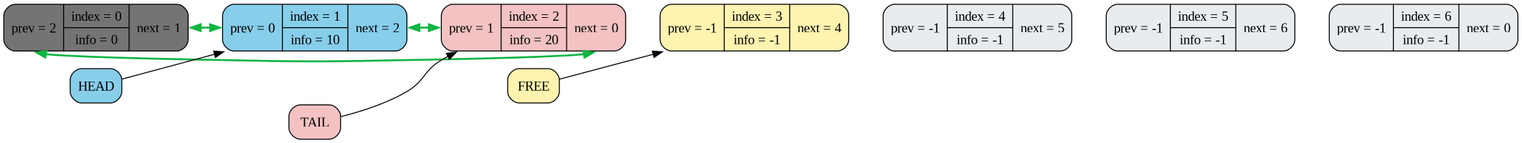
NikolayNetreba/Task5 keeps this Graphviz diagram as dumps/graph_2.png. Above is the earlier version. Its source is kept beside it as dumps/graph_2.dot. The source it was exported from:
```dot
digraph g{
rankdir=LR;
node [shape=Mrecord; style=filled;];
node0 [label = "{<prev> prev = 2 | { index = 0 | info = 0 } | <next> next = 1}"; fillcolor="#757373"; fontcolor="black"; color="black"; penwidth=1.0];
node1 [label = "{<prev> prev = 0 | { index = 1 | info = 10 } | <next> next = 2}"; fillcolor="#87CEEB"; fontcolor="black"; color="black"; penwidth=1.0];
node2 [label = "{<prev> prev = 1 | { index = 2 | info = 20 } | <next> next = 0}"; fillcolor="#F4C2C2"; fontcolor="black"; color="black"; penwidth=1.0];
node3 [label = "{<prev> prev = -1 | { index = 3 | info = -1 } | <next> next = 4}"; fillcolor="#FFF3B0"; fontcolor="black"; color="black"; penwidth=1.0];
node4 [label = "{<prev> prev = -1 | { index = 4 | info = -1 } | <next> next = 5}"; fillcolor="#E9ECEF"; fontcolor="black"; color="black"; penwidth=1.0];
node5 [label = "{<prev> prev = -1 | { index = 5 | info = -1 } | <next> next = 6}"; fillcolor="#E9ECEF"; fontcolor="black"; color="black"; penwidth=1.0];
node6 [label = "{<prev> prev = -1 | { index = 6 | info = -1 } | <next> next = 0}"; fillcolor="#E9ECEF"; fontcolor="black"; color="black"; penwidth=1.0];
node0 -> node1 [style=invis, weight=100];
node1 -> node2 [style=invis, weight=100];
node2 -> node3 [style=invis, weight=100];
node3 -> node4 [style=invis, weight=100];
node4 -> node5 [style=invis, weight=100];
node5 -> node6 [style=invis, weight=100];
node0:next -> node1:prev [color="#10b542", dir="both", penwidth=2.0, constraint=false];
node1:next -> node2:prev [color="#10b542", dir="both", penwidth=2.0, constraint=false];
node2:next -> node0:prev [color="#10b542", dir="both", penwidth=2.0, constraint=false];
HEAD [shape=box, style="filled, rounded", fillcolor="#87CEEB", label="HEAD"];
TAIL [shape=box, style="filled, rounded", fillcolor="#F4C2C2", label="TAIL"];
FREE [shape=box, style="filled, rounded", fillcolor="#FFF3B0", label="FREE"];
HEAD -> node1 [color=black];
TAIL -> node2 [color=black];
FREE -> node3 [color=black];
}
```
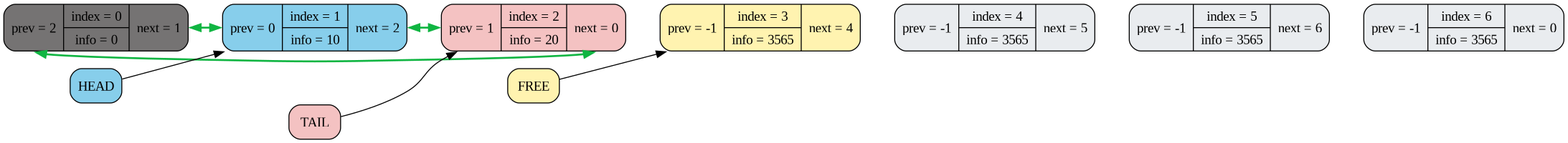
The same diagram one commit later.

The edit, as a diff of the source:
```diff
@@ -4,10 +4,10 @@
 node0 [label = "{<prev> prev = 2 | { index = 0 | info = 0 } | <next> next = 1}"; fillcolor="#757373"; fontcolor="black"; color="black"; penwidth=1.0];
 node1 [label = "{<prev> prev = 0 | { index = 1 | info = 10 } | <next> next = 2}"; fillcolor="#87CEEB"; fontcolor="black"; color="black"; penwidth=1.0];
 node2 [label = "{<prev> prev = 1 | { index = 2 | info = 20 } | <next> next = 0}"; fillcolor="#F4C2C2"; fontcolor="black"; color="black"; penwidth=1.0];
-node3 [label = "{<prev> prev = -1 | { index = 3 | info = -1 } | <next> next = 4}"; fillcolor="#FFF3B0"; fontcolor="black"; color="black"; penwidth=1.0];
-node4 [label = "{<prev> prev = -1 | { index = 4 | info = -1 } | <next> next = 5}"; fillcolor="#E9ECEF"; fontcolor="black"; color="black"; penwidth=1.0];
-node5 [label = "{<prev> prev = -1 | { index = 5 | info = -1 } | <next> next = 6}"; fillcolor="#E9ECEF"; fontcolor="black"; color="black"; penwidth=1.0];
-node6 [label = "{<prev> prev = -1 | { index = 6 | info = -1 } | <next> next = 0}"; fillcolor="#E9ECEF"; fontcolor="black"; color="black"; penwidth=1.0];
+node3 [label = "{<prev> prev = -1 | { index = 3 | info = 3565 } | <next> next = 4}"; fillcolor="#FFF3B0"; fontcolor="black"; color="black"; penwidth=1.0];
+node4 [label = "{<prev> prev = -1 | { index = 4 | info = 3565 } | <next> next = 5}"; fillcolor="#E9ECEF"; fontcolor="black"; color="black"; penwidth=1.0];
+node5 [label = "{<prev> prev = -1 | { index = 5 | info = 3565 } | <next> next = 6}"; fillcolor="#E9ECEF"; fontcolor="black"; color="black"; penwidth=1.0];
+node6 [label = "{<prev> prev = -1 | { index = 6 | info = 3565 } | <next> next = 0}"; fillcolor="#E9ECEF"; fontcolor="black"; color="black"; penwidth=1.0];
 node0 -> node1 [style=invis, weight=100];
 node1 -> node2 [style=invis, weight=100];
 node2 -> node3 [style=invis, weight=100];
```
